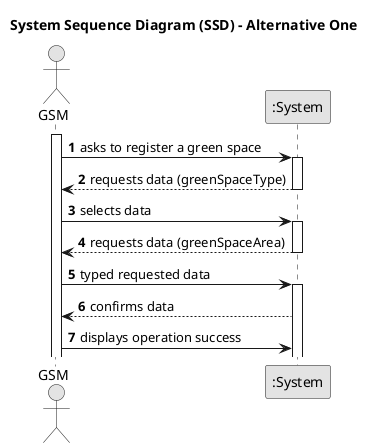
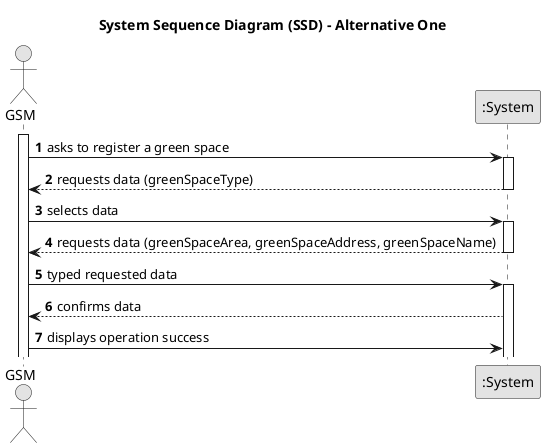
@startuml
skinparam monochrome true
skinparam packageStyle rectangle
skinparam shadowing false

title System Sequence Diagram (SSD) - Alternative One

autonumber

actor "GSM" as Manager
participant ":System" as System

activate Manager

    Manager -> System : asks to register a green space
    activate System

        System --> Manager : requests data (greenSpaceType)
    deactivate System

   Manager  -> System : selects data
    activate System


-     System --> Manager  : requests data (greenSpaceArea)
+     System --> Manager  : requests data (greenSpaceArea, greenSpaceAddress, greenSpaceName)
        deactivate System

        Manager  -> System : typed requested data
        activate System

     System --> Manager : confirms data

       Manager  -> System : displays operation success


@enduml
